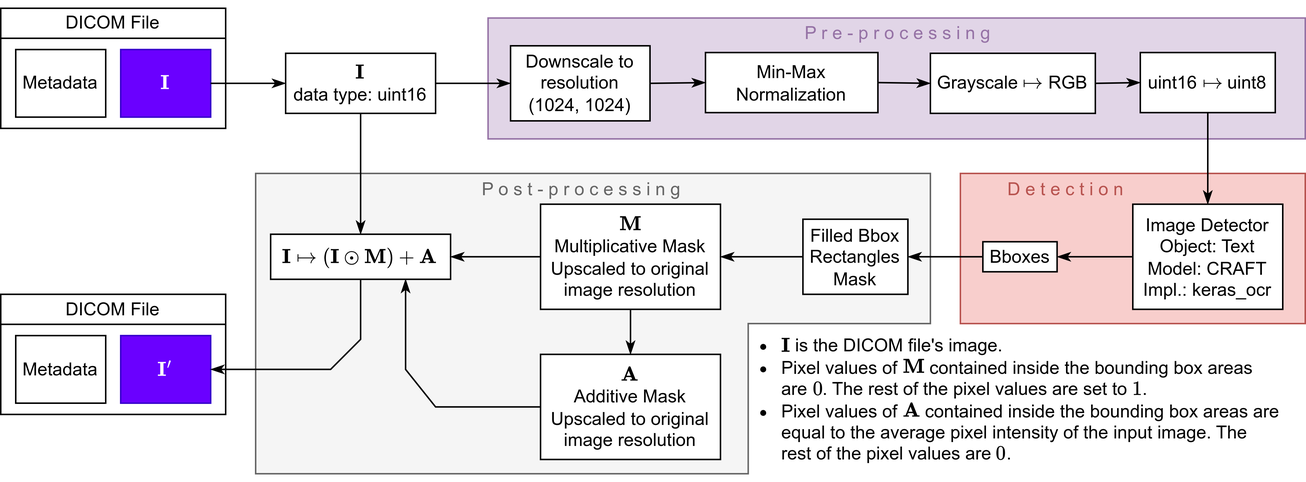
fl0wxr/DICOMImageDeIdentifier keeps this draw.io diagram as fig0.png. Above is the earlier version. Source tidied: cells renumbered, new cells last; positions are measured from the earlier drawing's top-left corner, leaving out a move shared by most shapes.
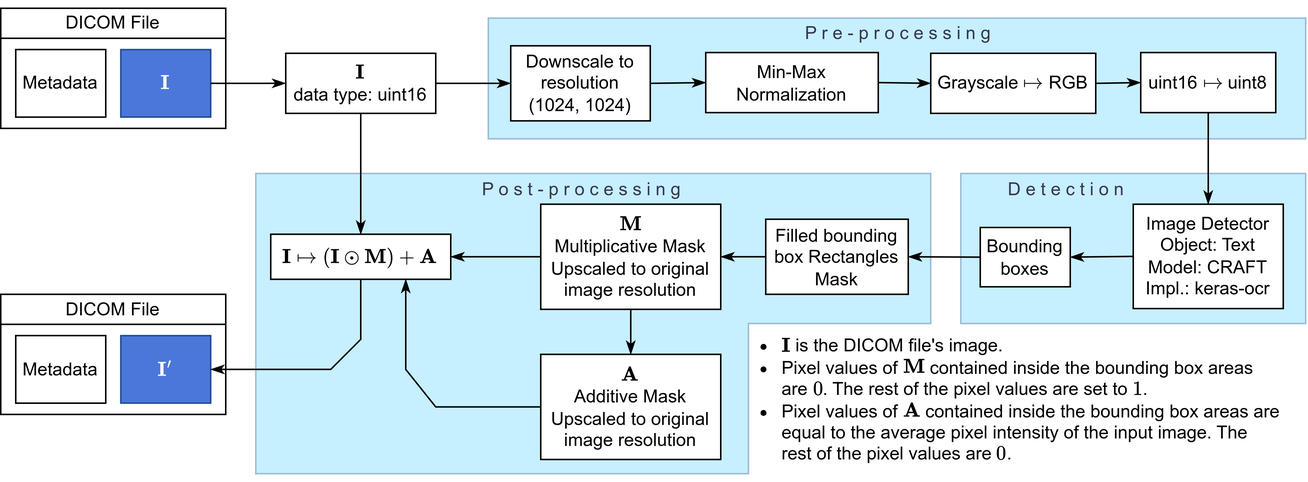
After the change.

The edit, as a diff of the source:
```diff
@@ -2,19 +2,19 @@
   <root>
     <mxCell id="0" />
     <mxCell id="1" parent="0" />
-    <mxCell id="2" style="verticalLabelPosition=bottom;verticalAlign=top;html=1;shape=mxgraph.basic.polygon;polyCoords=[[0,0.45],[0,0],[1,0],[1,0.5],[0.73,0.5],[0.73,1],[0.38,1],[0,1]];polyline=0;fillColor=#f5f5f5;strokeColor=#666666;fontColor=#333333;" parent="1" vertex="1">
+    <mxCell id="2" style="verticalLabelPosition=bottom;verticalAlign=top;html=1;shape=mxgraph.basic.polygon;polyCoords=[[0,0.45],[0,0],[1,0],[1,0.5],[0.73,0.5],[0.73,1],[0.38,1],[0,1]];polyline=0;fillColor=#42CBFD;strokeColor=#06367D;gradientColor=none;opacity=30;" parent="1" vertex="1">
       <mxGeometry x="170" y="115" width="450" height="200" as="geometry" />
     </mxCell>
-    <mxCell id="3" style="rounded=0;whiteSpace=wrap;html=1;fillColor=#f8cecc;strokeColor=#B85450;" parent="1" vertex="1">
+    <mxCell id="3" style="rounded=0;whiteSpace=wrap;html=1;fillColor=#42CBFD;strokeColor=#06367D;opacity=30;" parent="1" vertex="1">
       <mxGeometry x="640" y="115" width="230" height="100" as="geometry" />
     </mxCell>
-    <mxCell id="4" style="rounded=0;whiteSpace=wrap;html=1;fillColor=#e1d5e7;strokeColor=#9673a6;" parent="1" vertex="1">
+    <mxCell id="4" style="rounded=0;whiteSpace=wrap;html=1;fillColor=#42CBFD;strokeColor=#06367D;opacity=30;" parent="1" vertex="1">
       <mxGeometry x="325" y="11.5" width="545" height="80.5" as="geometry" />
     </mxCell>
     <mxCell id="5" style="rounded=0;whiteSpace=wrap;html=1;" parent="1" vertex="1">
       <mxGeometry y="5" width="150" height="80" as="geometry" />
     </mxCell>
-    <mxCell id="6" value="\( \mathbf{I} \)" style="rounded=0;whiteSpace=wrap;html=1;fillColor=#6a00ff;fontColor=#ffffff;strokeColor=#3700CC;" parent="1" vertex="1">
+    <mxCell id="6" value="\( \mathbf{I} \)" style="rounded=0;whiteSpace=wrap;html=1;fillColor=#1F55D1;fontColor=#ffffff;strokeColor=#06367D;opacity=80;" parent="1" vertex="1">
       <mxGeometry x="80" y="32.5" width="60" height="45" as="geometry" />
     </mxCell>
     <mxCell id="7" value="Metadata" style="rounded=0;whiteSpace=wrap;html=1;" parent="1" vertex="1">
@@ -41,11 +41,11 @@
     <mxCell id="14" value="uint16 \( \mapsto \) uint8" style="rounded=0;whiteSpace=wrap;html=1;" parent="1" vertex="1">
       <mxGeometry x="760" y="34.5" width="90" height="40" as="geometry" />
     </mxCell>
-    <mxCell id="15" value="Image Detector&lt;br&gt;Object: Text&lt;br&gt;Model: CRAFT&lt;br&gt;Impl.: keras_ocr" style="rounded=0;whiteSpace=wrap;html=1;" parent="1" vertex="1">
-      <mxGeometry x="755" y="135.5" width="100" height="70" as="geometry" />
+    <mxCell id="15" value="Image Detector&lt;br&gt;Object: Text&lt;br&gt;Model: CRAFT&lt;br&gt;Impl.: keras-ocr" style="rounded=0;whiteSpace=wrap;html=1;" parent="1" vertex="1">
+      <mxGeometry x="755" y="135.5" width="100" height="69.5" as="geometry" />
     </mxCell>
-    <mxCell id="16" value="Bboxes" style="rounded=0;whiteSpace=wrap;html=1;" parent="1" vertex="1">
-      <mxGeometry x="655" y="160.5" width="49.5" height="20" as="geometry" />
+    <mxCell id="16" value="Bounding boxes" style="rounded=0;whiteSpace=wrap;html=1;" parent="1" vertex="1">
+      <mxGeometry x="653" y="151" width="60" height="39.5" as="geometry" />
     </mxCell>
     <mxCell id="17" style="endArrow=classicThin;html=1;rounded=0;exitX=0.5;exitY=1;exitDx=0;exitDy=0;endFill=1;entryX=0.5;entryY=0;entryDx=0;entryDy=0;" parent="1" edge="1" source="10" target="18">
       <mxGeometry relative="1" as="geometry" />
@@ -53,7 +53,7 @@
     <mxCell id="18" value="\( \mathbf{I}&amp;nbsp;\mapsto (\mathbf{I}&amp;nbsp;\odot \mathbf{M}) + \mathbf{A}&lt;br&gt;&amp;nbsp; \)" style="rounded=0;whiteSpace=wrap;html=1;" parent="1" vertex="1">
       <mxGeometry x="180" y="155.5" width="120" height="30" as="geometry" />
     </mxCell>
-    <mxCell id="19" value="&lt;font color=&quot;#9673a6&quot;&gt;P r e - p r o c e s s i n g&lt;/font&gt;" style="text;html=1;align=center;verticalAlign=middle;strokeColor=none;fillColor=none;fontColor=#828282;" parent="1" vertex="1">
+    <mxCell id="19" value="&lt;font color=&quot;#383852&quot;&gt;P r e - p r o c e s s i n g&lt;/font&gt;" style="text;html=1;align=center;verticalAlign=middle;strokeColor=none;fillColor=none;fontColor=#828282;" parent="1" vertex="1">
       <mxGeometry x="522.5" y="6.5" width="150" height="30" as="geometry" />
     </mxCell>
     <mxCell id="20" style="endArrow=none;html=1;rounded=0;entryX=1;entryY=0.25;entryDx=0;entryDy=0;exitX=0;exitY=0.25;exitDx=0;exitDy=0;" parent="1" edge="1" source="5" target="5">
@@ -62,7 +62,7 @@
     <mxCell id="21" style="rounded=0;whiteSpace=wrap;html=1;" parent="1" vertex="1">
       <mxGeometry y="195.5" width="150" height="80" as="geometry" />
     </mxCell>
-    <mxCell id="22" value="\(&amp;nbsp;\mathbf{I}' \)" style="rounded=0;whiteSpace=wrap;html=1;fillColor=#6a00ff;fontColor=#ffffff;strokeColor=#3700CC;" parent="1" vertex="1">
+    <mxCell id="22" value="\(&amp;nbsp;\mathbf{I}' \)" style="rounded=0;whiteSpace=wrap;html=1;fillColor=#1F55D1;fontColor=#ffffff;strokeColor=#06367D;opacity=80;" parent="1" vertex="1">
       <mxGeometry x="80" y="223" width="60" height="45" as="geometry" />
     </mxCell>
     <mxCell id="23" value="Metadata" style="rounded=0;whiteSpace=wrap;html=1;" parent="1" vertex="1">
@@ -95,8 +95,8 @@
     <mxCell id="30" style="endArrow=classicThin;html=1;rounded=0;exitX=1;exitY=0.5;exitDx=0;exitDy=0;endFill=1;entryX=0;entryY=0.5;entryDx=0;entryDy=0;" parent="1" edge="1" source="27" target="12">
       <mxGeometry relative="1" as="geometry" />
     </mxCell>
-    <mxCell id="31" value="Filled Bbox Rectangles Mask" style="rounded=0;whiteSpace=wrap;html=1;" parent="1" vertex="1">
-      <mxGeometry x="535" y="145.5" width="70" height="50" as="geometry" />
+    <mxCell id="31" value="Filled bounding box Rectangles Mask" style="rounded=0;whiteSpace=wrap;html=1;" parent="1" vertex="1">
+      <mxGeometry x="510" y="145.5" width="95" height="50" as="geometry" />
     </mxCell>
     <mxCell id="32" value="\( \mathbf{M} \)&lt;br&gt;Multiplicative Mask&lt;br&gt;Upscaled to original image resolution" style="rounded=0;whiteSpace=wrap;html=1;" parent="1" vertex="1">
       <mxGeometry x="360" y="135.5" width="120" height="70" as="geometry" />
@@ -133,10 +133,10 @@
     <mxCell id="41" value="&lt;ul style=&quot;border-color: var(--border-color); text-align: left;&quot;&gt;&lt;li style=&quot;border-color: var(--border-color);&quot;&gt;\( \mathbf{I} \) is the DICOM file's image.&lt;br style=&quot;border-color: var(--border-color);&quot;&gt;&lt;/li&gt;&lt;li style=&quot;border-color: var(--border-color);&quot;&gt;Pixel values of \( \mathbf{M} \) contained inside the bounding box areas are \(0\). The rest of the pixel values are set to \(1\).&lt;/li&gt;&lt;li style=&quot;border-color: var(--border-color);&quot;&gt;Pixel values of \( \mathbf{A} \) contained inside the bounding box areas are equal to the average pixel intensity of the input image. The rest of the pixel values are \(0\).&lt;/li&gt;&lt;/ul&gt;" style="rounded=0;whiteSpace=wrap;html=1;strokeWidth=1;opacity=0;" parent="1" vertex="1">
       <mxGeometry x="480" y="235.5" width="375" height="60" as="geometry" />
     </mxCell>
-    <mxCell id="42" value="&lt;font color=&quot;#666666&quot;&gt;P o s t - p r o c e s s i n g&lt;/font&gt;" style="text;html=1;align=center;verticalAlign=middle;strokeColor=none;fillColor=none;fontColor=#828282;" parent="1" vertex="1">
+    <mxCell id="42" value="&lt;font color=&quot;#383852&quot;&gt;P o s t - p r o c e s s i n g&lt;/font&gt;" style="text;html=1;align=center;verticalAlign=middle;strokeColor=none;fillColor=none;fontColor=#828282;" parent="1" vertex="1">
       <mxGeometry x="306.5" y="111" width="160" height="30" as="geometry" />
     </mxCell>
-    <mxCell id="43" value="&lt;font color=&quot;#b85450&quot;&gt;D e t e c t i o n&lt;/font&gt;" style="text;html=1;align=center;verticalAlign=middle;strokeColor=none;fillColor=none;fontColor=#828282;" parent="1" vertex="1">
+    <mxCell id="43" value="&lt;font color=&quot;#383852&quot;&gt;D e t e c t i o n&lt;/font&gt;" style="text;html=1;align=center;verticalAlign=middle;strokeColor=none;fillColor=none;fontColor=#828282;" parent="1" vertex="1">
       <mxGeometry x="660" y="111" width="100" height="30" as="geometry" />
     </mxCell>
   </root>
```
